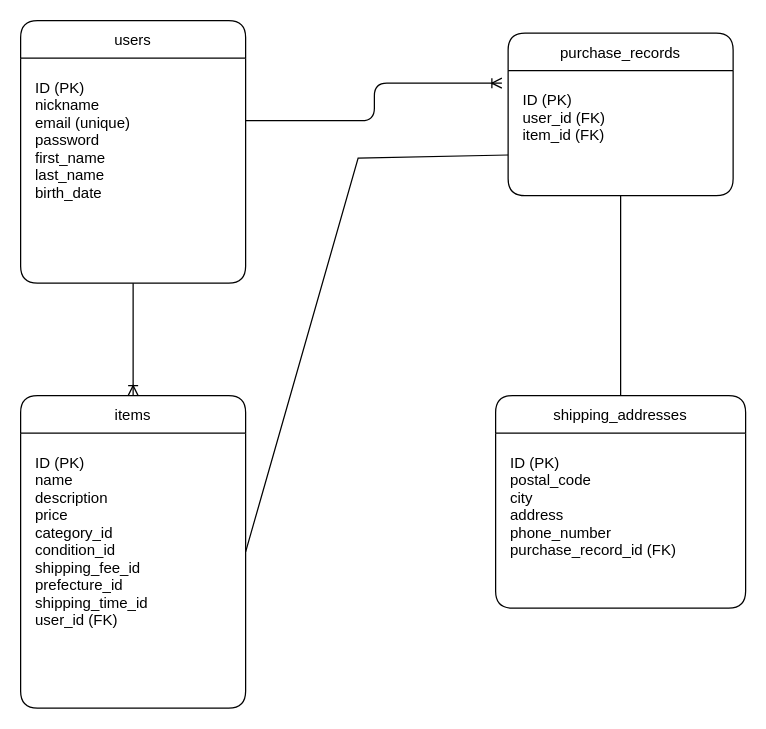
Above: app/views/test.dio in satoshi-x3150/furima-42079 (draw.io), before the change. Source tidied: cells renumbered, new cells numbered last; positions are measured from the earlier drawing's top-left corner, leaving out a move shared by most shapes. Both pictures are drawn from the tidied source at 125%, with x=0, y=0 at pixel (20, 20).
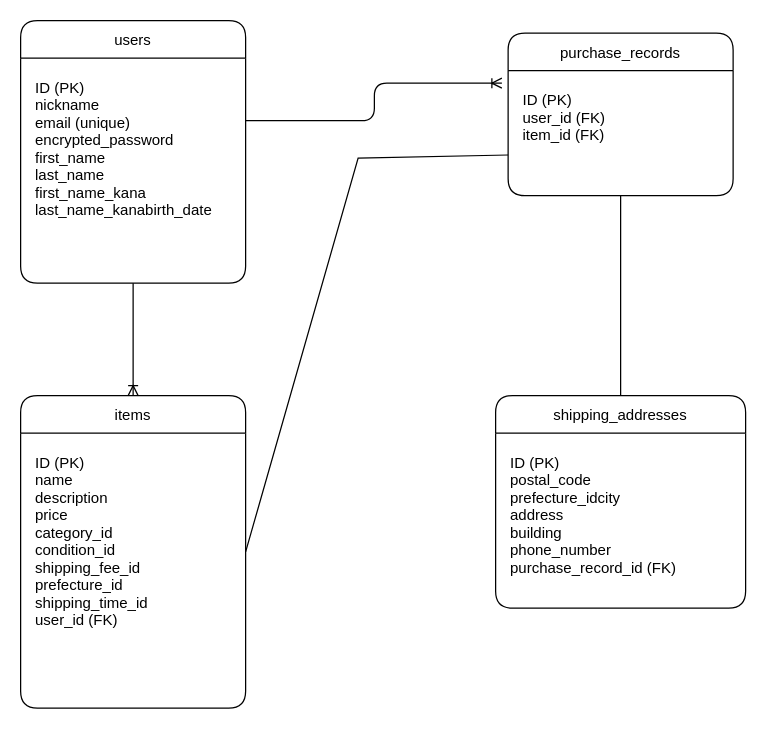
The same page after the edit.

Commit message (it also covers changes not shown here):
テーブル修正2

Change to the diagram source:
```diff
@@
 <mxGraphModel>
   <root>
     <mxCell id="0" />
     <mxCell id="1" parent="0" />
     <mxCell id="2" style="edgeStyle=none;rounded=1;html=1;exitX=0.5;exitY=1;exitDx=0;exitDy=0;entryX=0.5;entryY=0;entryDx=0;entryDy=0;endArrow=ERoneToMany;endFill=0;" parent="1" edge="1" source="3" target="5">
       <mxGeometry relative="1" as="geometry" />
     </mxCell>
     <mxCell id="3" value="users" style="shape=table;startSize=30;rounded=1;" parent="1" vertex="1">
       <mxGeometry width="180" height="210" as="geometry" />
     </mxCell>
-    <mxCell id="4" value="ID (PK)&#10;nickname&#10;email (unique)&#10;password&#10;first_name&#10;last_name&#10;birth_date" style="text;rounded=1;" parent="3" vertex="1">
+    <mxCell id="4" value="ID (PK)&#10;nickname&#10;email (unique)&#10;encrypted_password&#10;first_name&#10;last_name&#10;first_name_kana&#10;last_name_kanabirth_date" style="text;rounded=1;" parent="3" vertex="1">
       <mxGeometry x="10" y="40" width="160" height="160" as="geometry" />
     </mxCell>
     <mxCell id="5" value="items" style="shape=table;startSize=30;rounded=1;" parent="1" vertex="1">
       <mxGeometry y="300" width="180" height="250" as="geometry" />
     </mxCell>
     <mxCell id="6" value="ID (PK)&#10;name&#10;description&#10;price&#10;category_id&#10;condition_id&#10;shipping_fee_id&#10;prefecture_id&#10;shipping_time_id&#10;user_id (FK)" style="text;rounded=1;" parent="5" vertex="1">
       <mxGeometry x="10" y="40" width="160" height="210" as="geometry" />
     </mxCell>
     <mxCell id="7" value="purchase_records" style="shape=table;startSize=30;rounded=1;" parent="1" vertex="1">
       <mxGeometry x="390" y="10" width="180" height="130" as="geometry" />
     </mxCell>
     <mxCell id="8" value="ID (PK)&#10;user_id (FK)&#10;item_id (FK)" style="text;rounded=1;" parent="7" vertex="1">
       <mxGeometry x="10" y="40" width="160" height="90" as="geometry" />
     </mxCell>
     <mxCell id="9" value="shipping_addresses" style="shape=table;startSize=30;rounded=1;" parent="1" vertex="1">
       <mxGeometry x="380" y="300" width="200" height="170" as="geometry" />
     </mxCell>
-    <mxCell id="10" value="ID (PK)&#10;postal_code&#10;city&#10;address&#10;phone_number&#10;purchase_record_id (FK)" style="text;rounded=1;" parent="9" vertex="1">
+    <mxCell id="10" value="ID (PK)&#10;postal_code&#10;prefecture_idcity&#10;address&#10;building&#10;phone_number&#10;purchase_record_id (FK)" style="text;rounded=1;" parent="9" vertex="1">
       <mxGeometry x="10" y="40" width="180" height="130" as="geometry" />
     </mxCell>
     <mxCell id="11" style="edgeStyle=elbowEdgeStyle;endArrow=ERoneToMany;endFill=0;targetPerimeterSpacing=5;" parent="1" edge="1">
       <mxGeometry relative="1" as="geometry">
         <mxPoint x="180" y="80" as="sourcePoint" />
         <mxPoint x="385" y="50" as="targetPoint" />
       </mxGeometry>
     </mxCell>
     <mxCell id="12" style="edgeStyle=elbowEdgeStyle;endArrow=none;endFill=0;" parent="1" edge="1" source="7">
       <mxGeometry relative="1" as="geometry">
         <mxPoint x="480" y="300" as="targetPoint" />
       </mxGeometry>
     </mxCell>
     <mxCell id="13" style="endArrow=none;html=1;rounded=0;exitX=1;exitY=0.5;exitDx=0;exitDy=0;entryX=0;entryY=0.75;entryDx=0;entryDy=0;" parent="1" edge="1" source="5" target="7">
       <mxGeometry relative="1" as="geometry">
         <Array as="points">
           <mxPoint x="270" y="110" />
         </Array>
       </mxGeometry>
     </mxCell>
   </root>
 </mxGraphModel>
```
